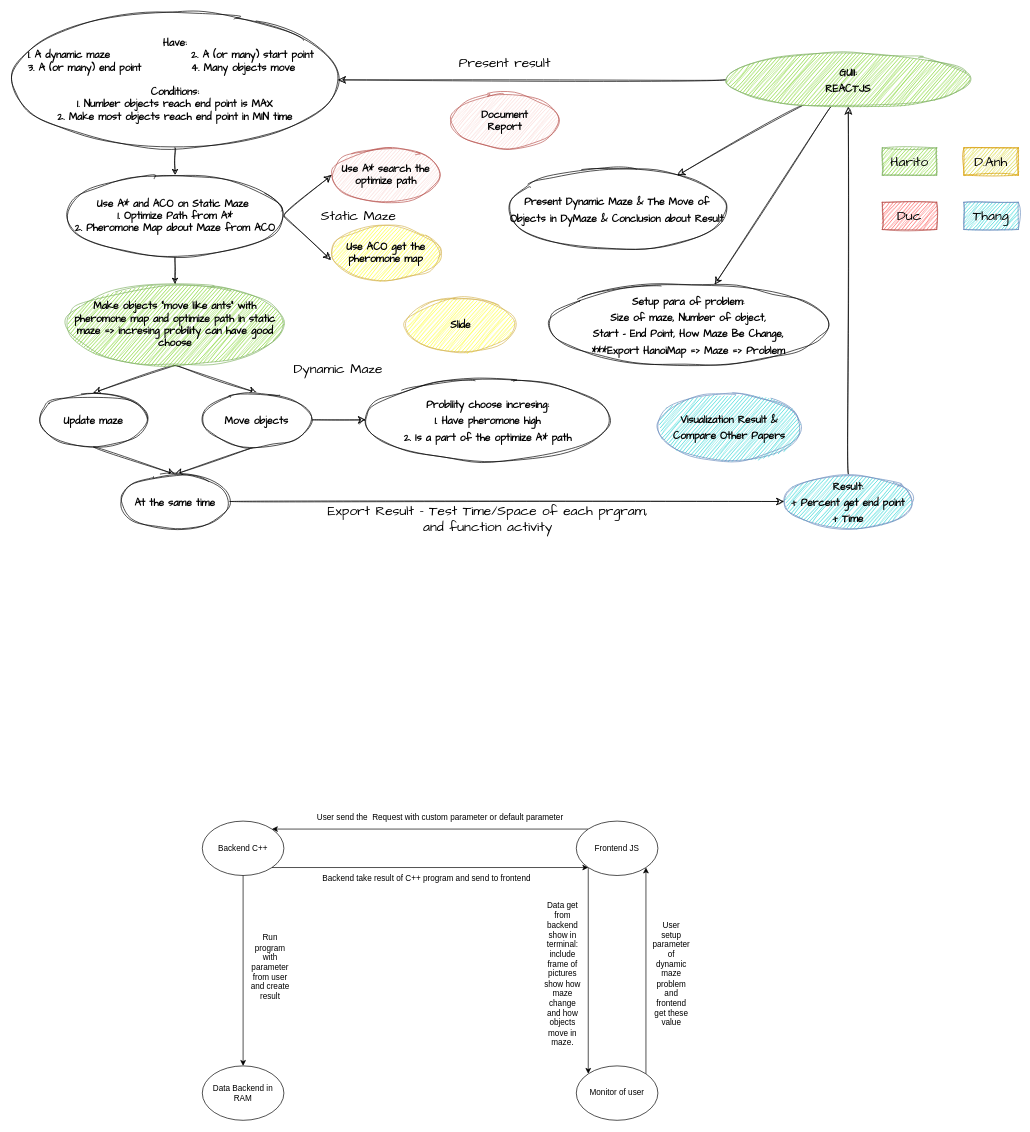
Earlier version of the draw.io diagram page "Page-1" (1 of 3) of .temp/doc/DyMaze.drawio (Harito97/DynamicMaze). Source tidied: cells renumbered, new cells numbered last; positions are measured from the earlier drawing's top-left corner, leaving out a move shared by most shapes. Both pictures are drawn from the tidied source at 68%, with x=0, y=0 at pixel (12, 12).
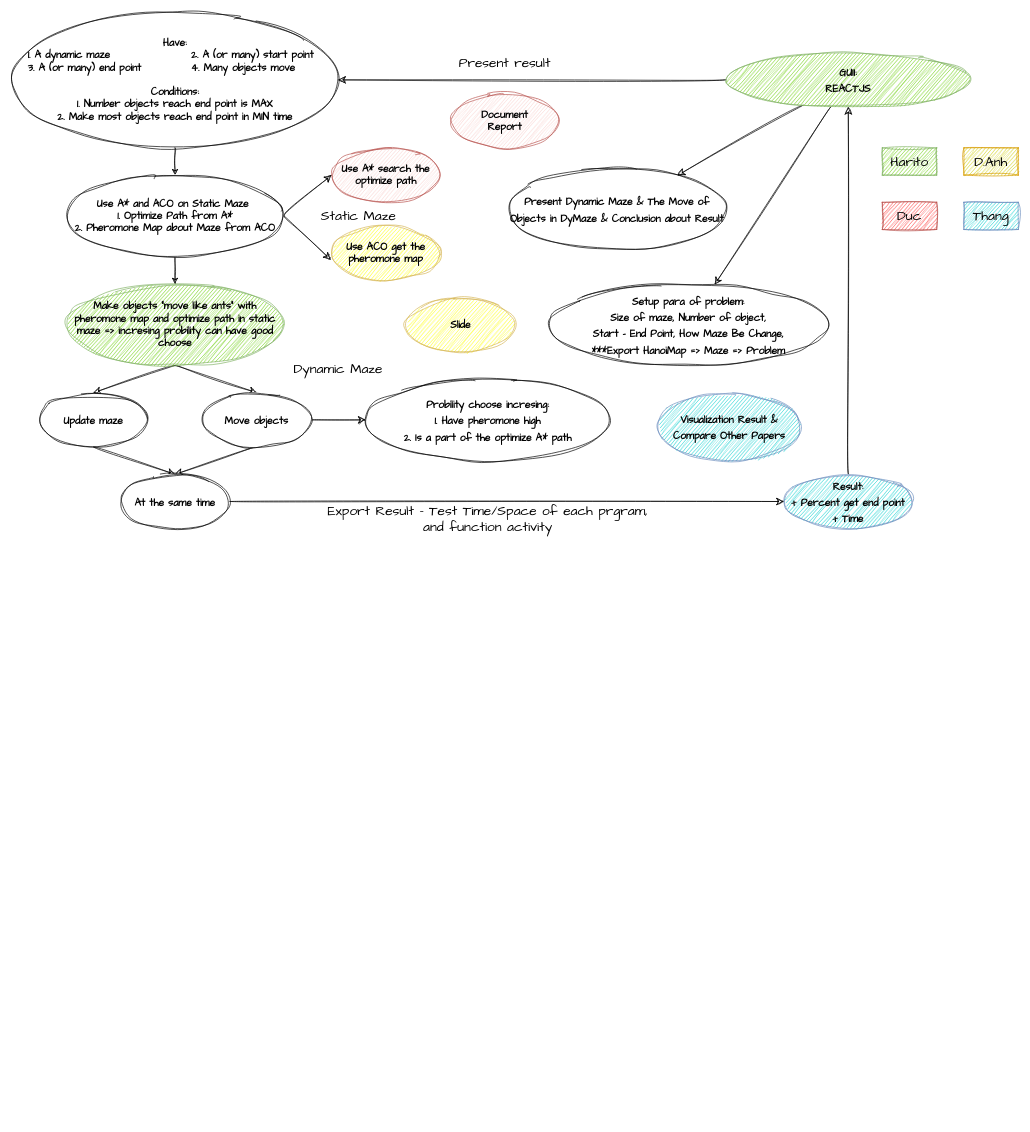
The same diagram, later.

The edit, as a diff of the source:
```diff
@@
-    <mxCell id="41" value="Backend C++" style="ellipse;whiteSpace=wrap;html=1;" parent="1" vertex="1">
-      <mxGeometry x="280" y="1190" width="120" height="80" as="geometry" />
-    </mxCell>
-    <mxCell id="42" style="edgeStyle=orthogonalEdgeStyle;rounded=0;jettySize=auto;html=1;exitX=0;exitY=0;exitDx=0;exitDy=0;entryX=1;entryY=0;entryDx=0;entryDy=0;" parent="1" edge="1" source="44" target="41">
-      <mxGeometry relative="1" as="geometry" />
-    </mxCell>
-    <mxCell id="43" style="edgeStyle=orthogonalEdgeStyle;rounded=0;jettySize=auto;html=1;exitX=0;exitY=1;exitDx=0;exitDy=0;entryX=0;entryY=0;entryDx=0;entryDy=0;" parent="1" edge="1" source="44" target="52">
-      <mxGeometry relative="1" as="geometry" />
-    </mxCell>
-    <mxCell id="44" value="Frontend JS" style="ellipse;whiteSpace=wrap;html=1;" parent="1" vertex="1">
-      <mxGeometry x="830" y="1190" width="120" height="80" as="geometry" />
-    </mxCell>
-    <mxCell id="45" value="Data Backend in RAM" style="ellipse;whiteSpace=wrap;html=1;" parent="1" vertex="1">
-      <mxGeometry x="280" y="1550" width="120" height="80" as="geometry" />
-    </mxCell>
-    <mxCell id="46" style="endArrow=classic;html=1;rounded=0;exitX=0.5;exitY=1;exitDx=0;exitDy=0;entryX=0.5;entryY=0;entryDx=0;entryDy=0;" parent="1" edge="1" source="41" target="45">
-      <mxGeometry relative="1" as="geometry" />
-    </mxCell>
-    <mxCell id="47" value="User send the&amp;nbsp; Request with custom parameter or default parameter" style="text;html=1;strokeColor=none;fillColor=none;align=center;verticalAlign=middle;whiteSpace=wrap;rounded=0;" parent="1" vertex="1">
-      <mxGeometry x="440" y="1170" width="380" height="30" as="geometry" />
-    </mxCell>
-    <mxCell id="48" value="Run program with parameter from user and create result" style="text;html=1;strokeColor=none;fillColor=none;align=center;verticalAlign=middle;whiteSpace=wrap;rounded=0;" parent="1" vertex="1">
-      <mxGeometry x="350" y="1390" width="60" height="30" as="geometry" />
-    </mxCell>
-    <mxCell id="49" style="edgeStyle=orthogonalEdgeStyle;rounded=0;jettySize=auto;html=1;exitX=1;exitY=1;exitDx=0;exitDy=0;entryX=0;entryY=1;entryDx=0;entryDy=0;" parent="1" edge="1" source="41" target="44">
-      <mxGeometry relative="1" as="geometry" />
-    </mxCell>
-    <mxCell id="50" value="Backend take result of C++ program and send to frontend" style="text;html=1;strokeColor=none;fillColor=none;align=center;verticalAlign=middle;whiteSpace=wrap;rounded=0;" parent="1" vertex="1">
-      <mxGeometry x="420" y="1260" width="380" height="30" as="geometry" />
-    </mxCell>
-    <mxCell id="51" style="edgeStyle=orthogonalEdgeStyle;rounded=0;jettySize=auto;html=1;exitX=1;exitY=0;exitDx=0;exitDy=0;entryX=1;entryY=1;entryDx=0;entryDy=0;" parent="1" edge="1" source="52" target="44">
-      <mxGeometry relative="1" as="geometry" />
-    </mxCell>
-    <mxCell id="52" value="Monitor of user" style="ellipse;whiteSpace=wrap;html=1;" parent="1" vertex="1">
-      <mxGeometry x="830" y="1550" width="120" height="80" as="geometry" />
-    </mxCell>
-    <mxCell id="53" value="User setup parameter of dynamic maze problem and frontend get these value" style="text;html=1;strokeColor=none;fillColor=none;align=center;verticalAlign=middle;whiteSpace=wrap;rounded=0;" parent="1" vertex="1">
-      <mxGeometry x="940" y="1400" width="60" height="30" as="geometry" />
-    </mxCell>
-    <mxCell id="54" value="Data get from backend show in terminal: include frame of pictures show how maze change and how objects move in maze." style="text;html=1;strokeColor=none;fillColor=none;align=center;verticalAlign=middle;whiteSpace=wrap;rounded=0;" parent="1" vertex="1">
-      <mxGeometry x="780" y="1400" width="60" height="30" as="geometry" />
-    </mxCell>
```
